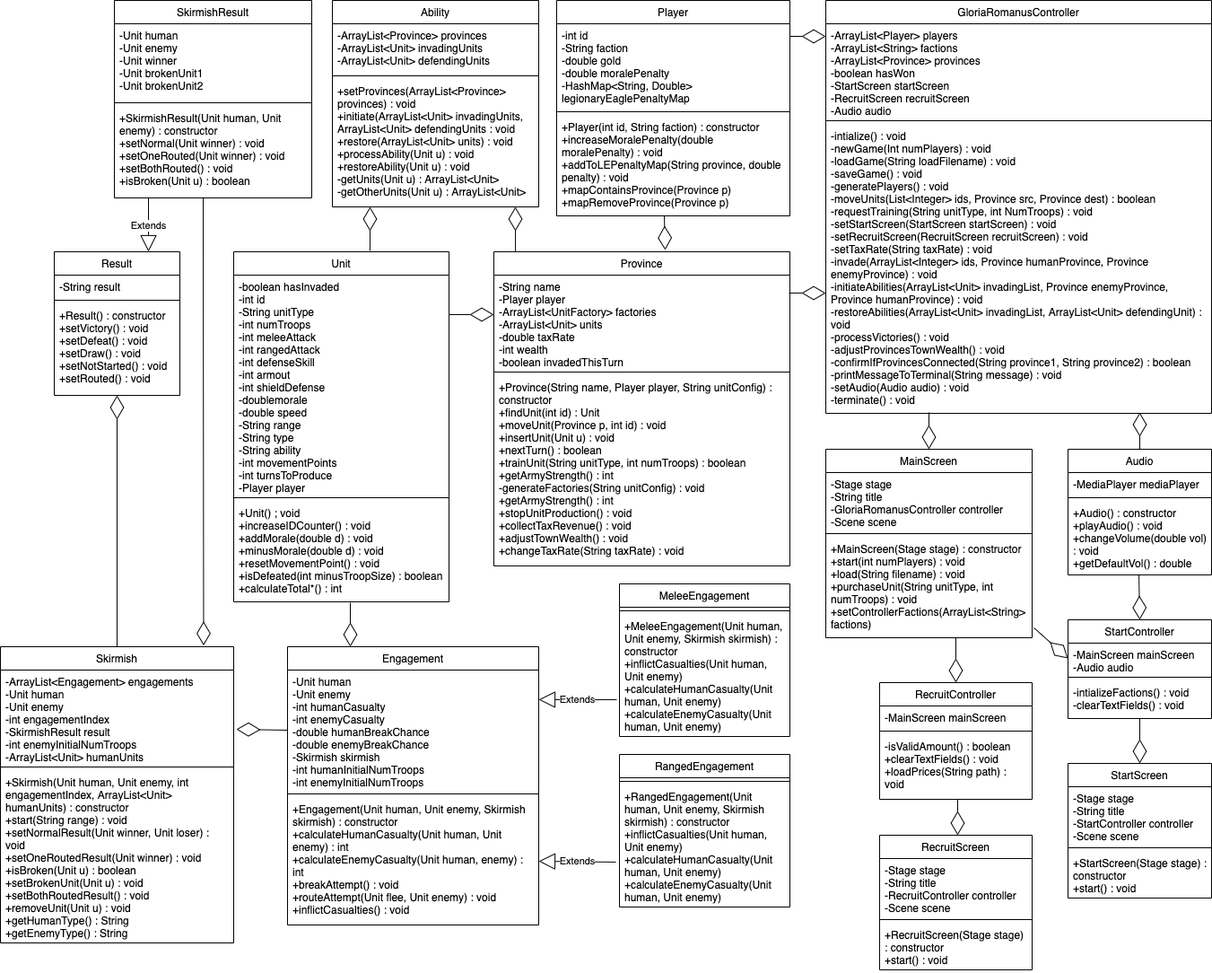
Earlier version of the draw.io export UMLRevised.png (marcusoyang/gloria-romanus). Source tidied: cells renumbered, new cells last; positions are measured from the earlier drawing's top-left corner, leaving out a move shared by most shapes.
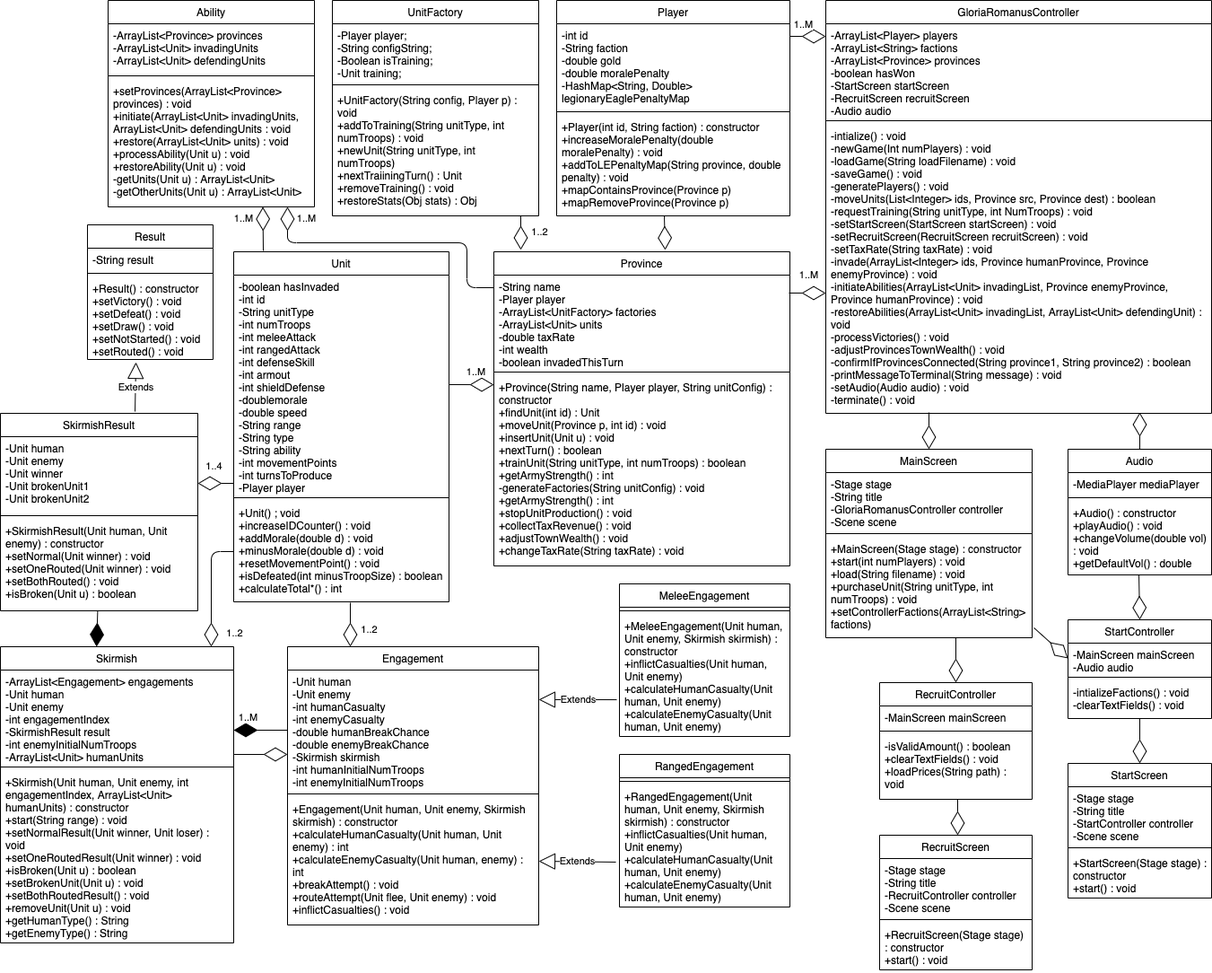
Above is the later version.

What changed in the source:
```diff
@@ -15,7 +15,7 @@
       <mxGeometry y="138" width="430" height="322" as="geometry" />
     </mxCell>
     <mxCell id="6" value="Ability" style="swimlane;fontStyle=0;align=center;verticalAlign=top;horizontal=1;startSize=26;rounded=0;shadow=0;strokeWidth=1;" parent="1" vertex="1">
-      <mxGeometry x="370" width="230" height="230" as="geometry" />
+      <mxGeometry x="120" width="230" height="230" as="geometry" />
     </mxCell>
     <mxCell id="7" value="-ArrayList&lt;Province&gt; provinces&#10;-ArrayList&lt;Unit&gt; invadingUnits&#10;-ArrayList&lt;Unit&gt; defendingUnits" style="text;align=left;verticalAlign=top;spacingLeft=4;spacingRight=4;overflow=hidden;" parent="6" vertex="1">
       <mxGeometry y="26" width="230" height="54" as="geometry" />
@@ -84,6 +84,11 @@
         <mxPoint x="260" y="40" as="sourcePoint" />
       </mxGeometry>
     </mxCell>
+    <mxCell id="88" value="1..M" style="edgeLabel;html=1;align=center;verticalAlign=middle;" parent="27" vertex="1">
+      <mxGeometry x="-0.3" y="1" relative="1" as="geometry">
+        <mxPoint y="-13" as="offset" />
+      </mxGeometry>
+    </mxCell>
     <mxCell id="28" value="-int id&#10;-String faction&#10;-double gold&#10;-double moralePenalty&#10;-HashMap&lt;String, Double&gt; legionaryEaglePenaltyMap" style="text;align=left;verticalAlign=top;spacingLeft=4;spacingRight=4;overflow=hidden;whiteSpace=wrap;" parent="26" vertex="1">
       <mxGeometry y="26" width="260" height="94" as="geometry" />
     </mxCell>
@@ -102,6 +107,22 @@
     <mxCell id="32" value="Province" style="swimlane;fontStyle=0;align=center;verticalAlign=top;horizontal=1;startSize=26;rounded=0;shadow=0;strokeWidth=1;" parent="1" vertex="1">
       <mxGeometry x="550" y="280" width="330" height="350" as="geometry" />
     </mxCell>
+    <mxCell id="89" style="endArrow=diamondThin;endFill=0;endSize=24;html=1;" parent="32" edge="1">
+      <mxGeometry relative="1" as="geometry">
+        <mxPoint y="40" as="sourcePoint" />
+        <mxPoint x="-230" y="-50" as="targetPoint" />
+        <Array as="points">
+          <mxPoint x="-30" y="40" />
+          <mxPoint x="-30" y="-10" />
+          <mxPoint x="-230" y="-10" />
+        </Array>
+      </mxGeometry>
+    </mxCell>
+    <mxCell id="90" value="1..M" style="edgeLabel;html=1;align=center;verticalAlign=middle;" parent="89" vertex="1">
+      <mxGeometry x="0.93" y="2" relative="1" as="geometry">
+        <mxPoint x="22" as="offset" />
+      </mxGeometry>
+    </mxCell>
     <mxCell id="33" value="-String name&#10;-Player player&#10;-ArrayList&lt;UnitFactory&gt; factories&#10;-ArrayList&lt;Unit&gt; units&#10;-double taxRate&#10;-int wealth&#10;-boolean invadedThisTurn" style="text;align=left;verticalAlign=top;spacingLeft=4;spacingRight=4;overflow=hidden;points=[[0,0.5],[1,0.5]];portConstraint=eastwest;whiteSpace=wrap;" parent="32" vertex="1">
       <mxGeometry y="26" width="330" height="104" as="geometry" />
     </mxCell>
@@ -114,6 +135,11 @@
     <mxCell id="36" style="endArrow=diamondThin;endFill=0;endSize=24;html=1;exitX=0.997;exitY=0.192;exitDx=0;exitDy=0;exitPerimeter=0;entryX=0;entryY=0.584;entryDx=0;entryDy=0;entryPerimeter=0;" parent="1" edge="1" source="33" target="5">
       <mxGeometry relative="1" as="geometry" />
     </mxCell>
+    <mxCell id="91" value="1..M" style="edgeLabel;html=1;align=center;verticalAlign=middle;" parent="36" vertex="1">
+      <mxGeometry x="0.46" y="1" relative="1" as="geometry">
+        <mxPoint x="-9" y="-19" as="offset" />
+      </mxGeometry>
+    </mxCell>
     <mxCell id="37" style="endArrow=diamondThin;endFill=0;endSize=24;html=1;entryX=0.5;entryY=0;entryDx=0;entryDy=0;" parent="1" edge="1" target="18">
       <mxGeometry relative="1" as="geometry">
         <mxPoint x="1035" y="459" as="sourcePoint" />
@@ -156,7 +182,7 @@
       <mxGeometry y="98" width="170" height="52" as="geometry" />
     </mxCell>
     <mxCell id="50" value="Result" style="swimlane;fontStyle=0;align=center;verticalAlign=top;horizontal=1;startSize=26;rounded=0;shadow=0;strokeWidth=1;" parent="1" vertex="1">
-      <mxGeometry x="60" y="280" width="140" height="160" as="geometry" />
+      <mxGeometry x="97" y="250" width="140" height="150" as="geometry" />
     </mxCell>
     <mxCell id="51" value="-String result" style="text;align=left;verticalAlign=top;spacingLeft=4;spacingRight=4;overflow=hidden;" parent="50" vertex="1">
       <mxGeometry y="26" width="140" height="24" as="geometry" />
@@ -167,11 +193,8 @@
     <mxCell id="53" value="+Result() : constructor&#10;+setVictory() : void&#10;+setDefeat() : void&#10;+setDraw() : void&#10;+setNotStarted() : void&#10;+setRouted() : void" style="text;align=left;verticalAlign=top;spacingLeft=4;spacingRight=4;overflow=hidden;points=[[0,0.5],[1,0.5]];portConstraint=eastwest;fontStyle=0;whiteSpace=wrap;" parent="50" vertex="1">
       <mxGeometry y="58" width="140" height="92" as="geometry" />
     </mxCell>
-    <mxCell id="54" style="endArrow=diamondThin;endFill=0;endSize=24;html=1;entryX=0.5;entryY=1;entryDx=0;entryDy=0;exitX=0.5;exitY=0;exitDx=0;exitDy=0;" parent="1" edge="1" source="83" target="50">
-      <mxGeometry relative="1" as="geometry" />
-    </mxCell>
     <mxCell id="55" value="SkirmishResult" style="swimlane;fontStyle=0;align=center;verticalAlign=top;horizontal=1;startSize=26;rounded=0;shadow=0;strokeWidth=1;" parent="1" vertex="1">
-      <mxGeometry x="127" width="220" height="220" as="geometry" />
+      <mxGeometry y="460" width="220" height="220" as="geometry" />
     </mxCell>
     <mxCell id="56" value="-Unit human&#10;-Unit enemy&#10;-Unit winner&#10;-Unit brokenUnit1&#10;-Unit brokenUnit2" style="text;align=left;verticalAlign=top;spacingLeft=4;spacingRight=4;overflow=hidden;points=[[0,0.5],[1,0.5]];portConstraint=eastwest;" parent="55" vertex="1">
       <mxGeometry y="26" width="220" height="84" as="geometry" />
@@ -182,16 +205,6 @@
     <mxCell id="58" value="+SkirmishResult(Unit human, Unit enemy) : constructor&#10;+setNormal(Unit winner) : void&#10;+setOneRouted(Unit winner) : void&#10;+setBothRouted() : void&#10;+isBroken(Unit u) : boolean&#10;" style="text;align=left;verticalAlign=top;spacingLeft=4;spacingRight=4;overflow=hidden;points=[[0,0.5],[1,0.5]];portConstraint=eastwest;fontStyle=0;whiteSpace=wrap;" parent="55" vertex="1">
       <mxGeometry y="118" width="220" height="102" as="geometry" />
     </mxCell>
-    <mxCell id="59" value="Extends" style="endArrow=block;endSize=16;endFill=0;html=1;entryX=0.75;entryY=0;entryDx=0;entryDy=0;" parent="1" edge="1" target="50">
-      <mxGeometry relative="1" as="geometry">
-        <mxPoint x="165" y="220" as="sourcePoint" />
-      </mxGeometry>
-    </mxCell>
-    <mxCell id="60" style="endArrow=diamondThin;endFill=0;endSize=24;html=1;entryX=0.871;entryY=-0.004;entryDx=0;entryDy=0;entryPerimeter=0;" parent="1" edge="1" target="83">
-      <mxGeometry relative="1" as="geometry">
-        <mxPoint x="226" y="220" as="sourcePoint" />
-      </mxGeometry>
-    </mxCell>
     <mxCell id="61" value="StartController" style="swimlane;fontStyle=0;align=center;verticalAlign=top;horizontal=1;startSize=26;rounded=0;shadow=0;strokeWidth=1;" parent="1" vertex="1">
       <mxGeometry x="1190" y="690" width="160" height="110" as="geometry" />
     </mxCell>
@@ -230,11 +243,16 @@
     <mxCell id="72" value="Unit" style="swimlane;fontStyle=0;align=center;verticalAlign=top;horizontal=1;startSize=26;rounded=0;shadow=0;strokeWidth=1;" parent="1" vertex="1">
       <mxGeometry x="260" y="280" width="240" height="390" as="geometry" />
     </mxCell>
-    <mxCell id="73" style="endArrow=diamondThin;endFill=0;endSize=24;html=1;exitX=0.633;exitY=-0.003;exitDx=0;exitDy=0;exitPerimeter=0;" parent="72" edge="1" source="72">
+    <mxCell id="73" style="endArrow=diamondThin;endFill=0;endSize=24;html=1;entryX=0.75;entryY=1;entryDx=0;entryDy=0;" parent="72" edge="1" target="6">
       <mxGeometry relative="1" as="geometry">
-        <mxPoint x="152" y="-50" as="targetPoint" />
+        <mxPoint x="33" y="-1" as="sourcePoint" />
       </mxGeometry>
     </mxCell>
+    <mxCell id="92" value="1..M" style="edgeLabel;html=1;align=center;verticalAlign=middle;" parent="73" vertex="1">
+      <mxGeometry x="0.51" y="4" relative="1" as="geometry">
+        <mxPoint x="-18.6" as="offset" />
+      </mxGeometry>
+    </mxCell>
     <mxCell id="74" value="-boolean hasInvaded&#10;-int id&#10;-String unitType&#10;-int numTroops&#10;-int meleeAttack&#10;-int rangedAttack&#10;-int defenseSkill&#10;-int armout&#10;-int shieldDefense&#10;-doublemorale&#10;-double speed&#10;-String range&#10;-String type&#10;-String ability&#10;-int movementPoints&#10;-int turnsToProduce&#10;-Player player" style="text;align=left;verticalAlign=top;spacingLeft=4;spacingRight=4;overflow=hidden;points=[[0,0.5],[1,0.5]];portConstraint=eastwest;" parent="72" vertex="1">
       <mxGeometry y="26" width="240" height="244" as="geometry" />
     </mxCell>
@@ -244,22 +262,34 @@
     <mxCell id="76" value="+Unit() ; void&#10;+increaseIDCounter() : void&#10;+addMorale(double d) : void&#10;+minusMorale(double d) : void&#10;+resetMovementPoint() : void&#10;+isDefeated(int minusTroopSize) : boolean&#10;+calculateTotal*() : int&#10;" style="text;align=left;verticalAlign=top;spacingLeft=4;spacingRight=4;overflow=hidden;points=[[0,0.5],[1,0.5]];portConstraint=eastwest;fontStyle=0;whiteSpace=wrap;" parent="72" vertex="1">
       <mxGeometry y="278" width="240" height="112" as="geometry" />
     </mxCell>
-    <mxCell id="77" style="endArrow=diamondThin;endFill=0;endSize=24;html=1;exitX=0.073;exitY=0;exitDx=0;exitDy=0;exitPerimeter=0;" parent="1" edge="1" source="32">
+    <mxCell id="77" style="endArrow=diamondThin;endFill=0;endSize=24;html=1;entryX=0.091;entryY=-0.006;entryDx=0;entryDy=0;entryPerimeter=0;" parent="1" edge="1" target="32">
       <mxGeometry relative="1" as="geometry">
-        <mxPoint x="574" y="230" as="targetPoint" />
+        <mxPoint x="580" y="240" as="sourcePoint" />
       </mxGeometry>
     </mxCell>
+    <mxCell id="93" value="1..2" style="edgeLabel;html=1;align=center;verticalAlign=middle;" parent="77" vertex="1">
+      <mxGeometry x="-0.05" y="2" relative="1" as="geometry">
+        <mxPoint x="18" as="offset" />
+      </mxGeometry>
+    </mxCell>
-    <mxCell id="78" style="endArrow=diamondThin;endFill=0;endSize=24;html=1;" parent="1" edge="1">
-      <mxGeometry relative="1" as="geometry">
-        <mxPoint x="500" y="350" as="sourcePoint" />
-        <mxPoint x="550" y="350" as="targetPoint" />
-      </mxGeometry>
+    <mxCell id="78" style="endArrow=diamondThin;endFill=0;endSize=24;html=1;exitX=1;exitY=0.5;exitDx=0;exitDy=0;entryX=0;entryY=0.05;entryDx=0;entryDy=0;entryPerimeter=0;" parent="1" edge="1" source="74" target="35">
+      <mxGeometry relative="1" as="geometry" />
     </mxCell>
+    <mxCell id="94" value="1..M" style="edgeLabel;html=1;align=center;verticalAlign=middle;" parent="78" vertex="1">
+      <mxGeometry x="0.56" y="5" relative="1" as="geometry">
+        <mxPoint x="-9" y="-9.1" as="offset" />
+      </mxGeometry>
+    </mxCell>
     <mxCell id="79" style="endArrow=diamondThin;endFill=0;endSize=24;html=1;entryX=0.25;entryY=0;entryDx=0;entryDy=0;" parent="1" edge="1" target="14">
       <mxGeometry relative="1" as="geometry">
         <mxPoint x="390" y="671" as="sourcePoint" />
       </mxGeometry>
     </mxCell>
+    <mxCell id="95" value="1..2" style="edgeLabel;html=1;align=center;verticalAlign=middle;" parent="79" vertex="1">
+      <mxGeometry x="0.39" y="1" relative="1" as="geometry">
+        <mxPoint x="19" y="-5" as="offset" />
+      </mxGeometry>
+    </mxCell>
     <mxCell id="80" value="Extends" style="endArrow=block;endSize=16;endFill=0;html=1;entryX=1;entryY=0.246;entryDx=0;entryDy=0;entryPerimeter=0;exitX=-0.016;exitY=0.699;exitDx=0;exitDy=0;exitPerimeter=0;" parent="1" edge="1" source="25" target="15">
       <mxGeometry relative="1" as="geometry" />
     </mxCell>
@@ -284,10 +314,60 @@
     <mxCell id="86" value="+Skirmish(Unit human, Unit enemy, int engagementIndex, ArrayList&lt;Unit&gt; humanUnits) : constructor&#10;+start(String range) : void&#10;+setNormalResult(Unit winner, Unit loser) : void&#10;+setOneRoutedResult(Unit winner) : void&#10;+isBroken(Unit u) : boolean&#10;+setBrokenUnit(Unit u) : void&#10;+setBothRoutedResult() : void&#10;+removeUnit(Unit u) : void&#10;+getHumanType() : String&#10;+getEnemyType() : String" style="text;align=left;verticalAlign=top;spacingLeft=4;spacingRight=4;overflow=hidden;fontStyle=0;whiteSpace=wrap;" parent="83" vertex="1">
       <mxGeometry y="138" width="260" height="192" as="geometry" />
     </mxCell>
-    <mxCell id="87" style="endArrow=diamondThin;endFill=0;endSize=24;html=1;exitX=0;exitY=0.5;exitDx=0;exitDy=0;" parent="1" edge="1" source="15">
-      <mxGeometry relative="1" as="geometry">
-        <mxPoint x="263" y="812" as="targetPoint" />
-      </mxGeometry>
-    </mxCell>
+    <mxCell id="96" style="endArrow=diamondThin;endFill=1;endSize=24;html=1;exitX=0;exitY=0.5;exitDx=0;exitDy=0;entryX=1;entryY=0.644;entryDx=0;entryDy=0;entryPerimeter=0;" parent="1" edge="1" source="15" target="84">
+      <mxGeometry relative="1" as="geometry" />
+    </mxCell>
+    <mxCell id="97" value="1..M" style="edgeLabel;html=1;align=center;verticalAlign=middle;" parent="96" vertex="1">
+      <mxGeometry x="0.5" y="-2" relative="1" as="geometry">
+        <mxPoint y="-13" as="offset" />
+      </mxGeometry>
+    </mxCell>
+    <mxCell id="98" style="endArrow=diamondThin;endFill=1;endSize=24;html=1;entryX=0.412;entryY=0;entryDx=0;entryDy=0;entryPerimeter=0;" parent="1" edge="1" source="58" target="83">
+      <mxGeometry relative="1" as="geometry" />
+    </mxCell>
+    <mxCell id="99" value="UnitFactory" style="swimlane;fontStyle=0;align=center;verticalAlign=top;horizontal=1;startSize=26;rounded=0;shadow=0;strokeWidth=1;" parent="1" vertex="1">
+      <mxGeometry x="370" width="230" height="240" as="geometry" />
+    </mxCell>
+    <mxCell id="100" value="-Player player;&#10;-String configString;&#10;-Boolean isTraining;&#10;-Unit training;" style="text;align=left;verticalAlign=top;spacingLeft=4;spacingRight=4;overflow=hidden;" parent="99" vertex="1">
+      <mxGeometry y="26" width="230" height="64" as="geometry" />
+    </mxCell>
+    <mxCell id="101" style="line;html=1;strokeWidth=1;align=left;verticalAlign=middle;spacingTop=-1;spacingLeft=3;spacingRight=3;labelPosition=right;" parent="99" vertex="1">
+      <mxGeometry y="90" width="230" height="8" as="geometry" />
+    </mxCell>
+    <mxCell id="102" value="+UnitFactory(String config, Player p) : void&#10;+addToTraining(String unitType, int numTroops) : void&#10;+newUnit(String unitType, int numTroops)&#10;+nextTraiiningTurn() : Unit&#10;+removeTraining() : void&#10;+restoreStats(Obj stats) : Obj" style="text;align=left;verticalAlign=top;spacingLeft=4;spacingRight=4;overflow=hidden;fontStyle=0;whiteSpace=wrap;" parent="99" vertex="1">
+      <mxGeometry y="98" width="230" height="142" as="geometry" />
+    </mxCell>
+    <mxCell id="103" style="endArrow=diamondThin;endFill=0;endSize=24;html=1;entryX=1;entryY=0.619;entryDx=0;entryDy=0;entryPerimeter=0;" parent="1" edge="1" target="56">
+      <mxGeometry relative="1" as="geometry">
+        <mxPoint x="260" y="538" as="sourcePoint" />
+      </mxGeometry>
+    </mxCell>
+    <mxCell id="104" value="1..4" style="edgeLabel;html=1;align=center;verticalAlign=middle;" parent="103" vertex="1">
+      <mxGeometry x="0.35" relative="1" as="geometry">
+        <mxPoint x="4" y="-19" as="offset" />
+      </mxGeometry>
+    </mxCell>
+    <mxCell id="105" style="endArrow=diamondThin;endFill=0;endSize=24;html=1;exitX=0;exitY=0.5;exitDx=0;exitDy=0;" parent="1" edge="1" source="76">
+      <mxGeometry relative="1" as="geometry">
+        <mxPoint x="235" y="720" as="targetPoint" />
+        <Array as="points">
+          <mxPoint x="235" y="614" />
+        </Array>
+      </mxGeometry>
+    </mxCell>
+    <mxCell id="106" value="1..2" style="edgeLabel;html=1;align=center;verticalAlign=middle;" parent="105" vertex="1">
+      <mxGeometry x="0.76" y="2" relative="1" as="geometry">
+        <mxPoint x="23" as="offset" />
+      </mxGeometry>
+    </mxCell>
+    <mxCell id="59" value="Extends" style="endArrow=block;endSize=16;endFill=0;html=1;entryX=0.386;entryY=1.033;entryDx=0;entryDy=0;entryPerimeter=0;exitX=0.682;exitY=-0.009;exitDx=0;exitDy=0;exitPerimeter=0;" parent="1" edge="1" source="55" target="53">
+      <mxGeometry relative="1" as="geometry" />
+    </mxCell>
+    <mxCell id="107" style="endArrow=diamondThin;endFill=0;endSize=24;html=1;" parent="1" edge="1">
+      <mxGeometry relative="1" as="geometry">
+        <mxPoint x="260" y="840" as="sourcePoint" />
+        <mxPoint x="320" y="840" as="targetPoint" />
+      </mxGeometry>
+    </mxCell>
   </root>
 </mxGraphModel>
```
